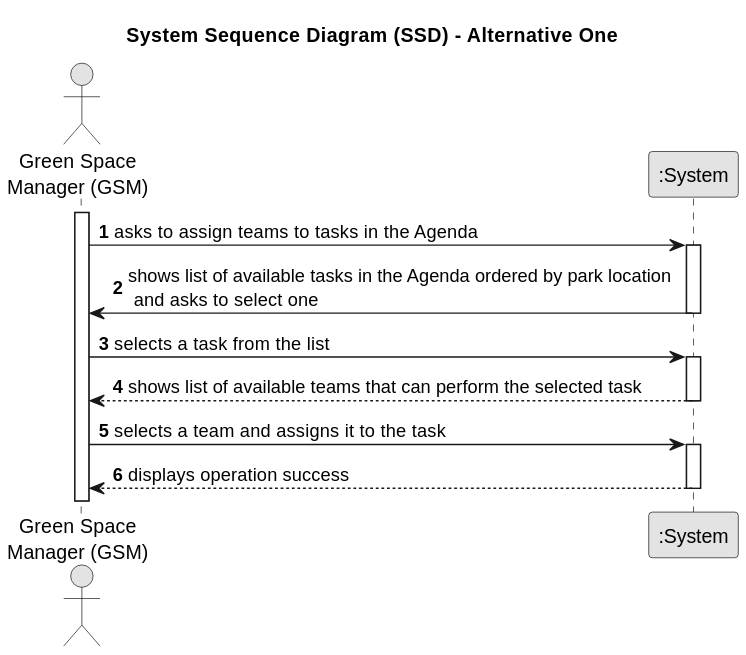
Before: docs/sprintC/US023/01.requirements-engineering/svg/us023-system-sequence-diagram-alternative-one.svg, a diagram exported from PlantUML (LopemigueISEP/lei-24-s2-1nb-g312). Source of this version:
```plantuml
@startuml
skinparam monochrome true
skinparam packageStyle rectangle
skinparam shadowing false

title System Sequence Diagram (SSD) - Alternative One

autonumber

actor "Green Space\nManager (GSM)" as GSM
participant ":System" as System

activate GSM

    GSM -> System : asks to assign teams to tasks in the Agenda
    activate System

        System -> GSM : shows list of available tasks in the Agenda ordered by park location \n and asks to select one
    deactivate System

    GSM -> System : selects a task from the list
    activate System

        System --> GSM : shows list of available teams that can perform the selected task
    deactivate System

    GSM -> System : selects a team and assigns it to the task
    activate System

        System --> GSM : displays operation success
    deactivate System
@enduml
```
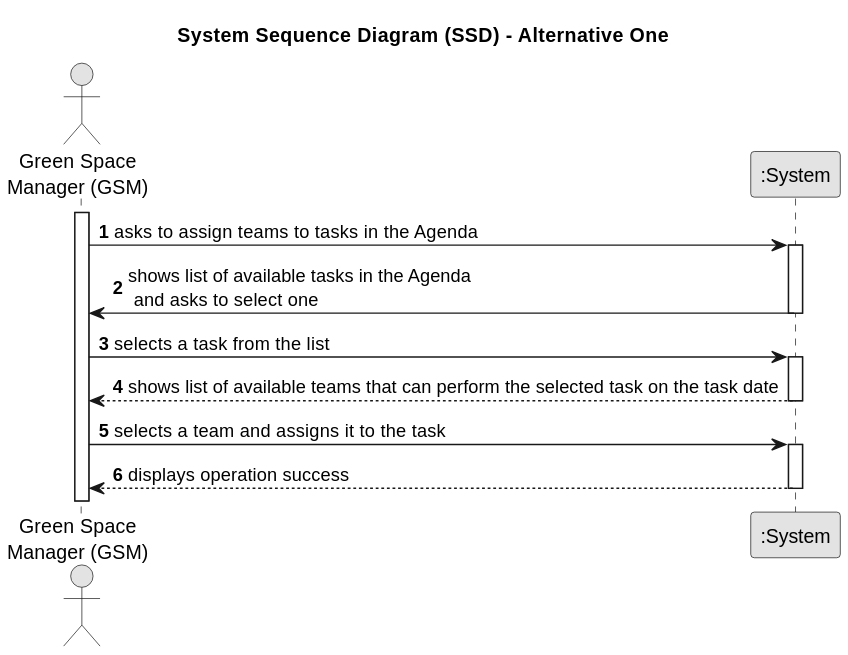
Above is the later version.

Change to the diagram source:
```diff
@@ -15,13 +15,13 @@
     GSM -> System : asks to assign teams to tasks in the Agenda
     activate System
 
-        System -> GSM : shows list of available tasks in the Agenda ordered by park location \n and asks to select one
+        System -> GSM : shows list of available tasks in the Agenda \n and asks to select one
     deactivate System
 
     GSM -> System : selects a task from the list
     activate System
 
-        System --> GSM : shows list of available teams that can perform the selected task
+        System --> GSM : shows list of available teams that can perform the selected task on the task date
     deactivate System
 
     GSM -> System : selects a team and assigns it to the task
```
